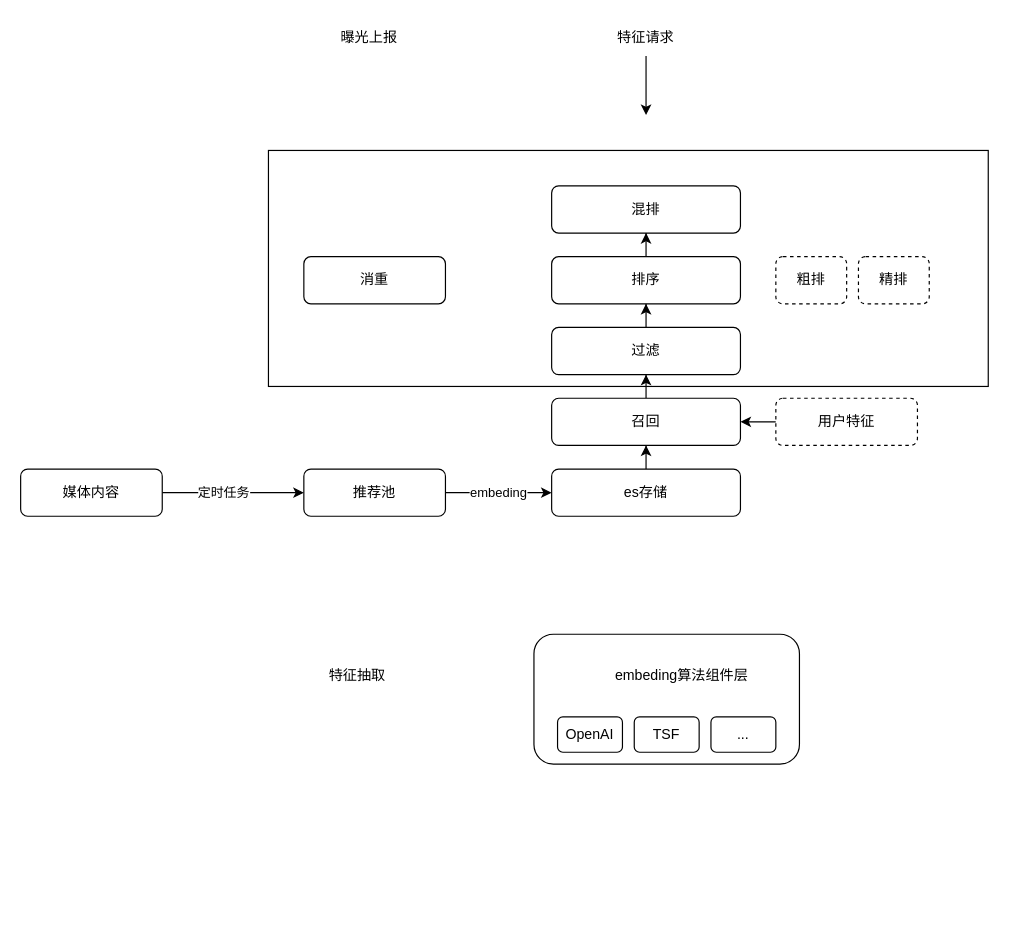
Above: readflow.drawio in axtrur/resource (draw.io), before the change. Source tidied: cells renumbered, new cells numbered last; positions are measured from the earlier drawing's top-left corner, leaving out a move shared by most shapes. Both pictures are drawn from the tidied source at 118%, with x=0, y=0 at pixel (20, 20).
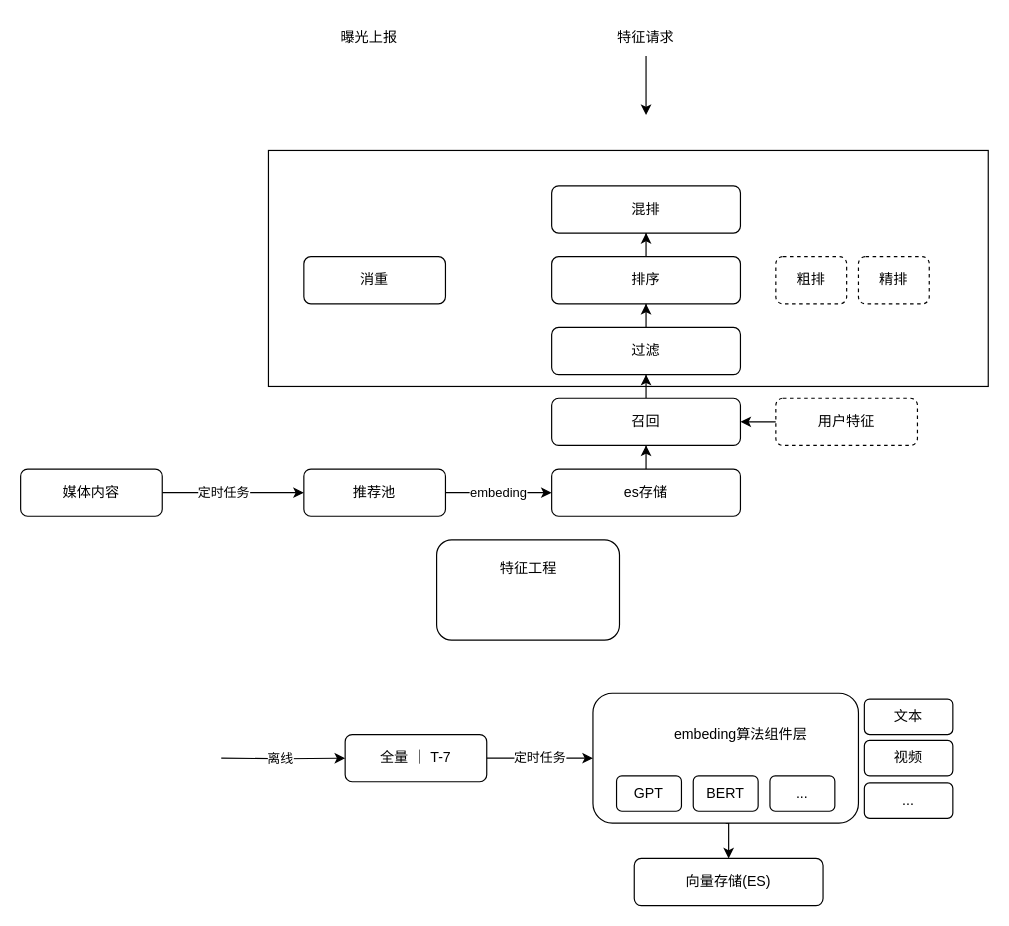
After the change.

The edit, as a diff of the source:
```diff
@@
+    <mxCell id="32" style="rounded=1;whiteSpace=wrap;html=1;" parent="1" vertex="1">
+      <mxGeometry x="352.5" y="440" width="155" height="85" as="geometry" />
+    </mxCell>
+    <mxCell id="33" style="edgeStyle=orthogonalEdgeStyle;rounded=0;jettySize=auto;html=1;exitX=0.5;exitY=1;exitDx=0;exitDy=0;entryX=0.5;entryY=0;entryDx=0;entryDy=0;" parent="1" edge="1" source="2" target="34">
+      <mxGeometry relative="1" as="geometry" />
+    </mxCell>
     <mxCell id="2" style="rounded=1;whiteSpace=wrap;html=1;" parent="1" vertex="1">
-      <mxGeometry x="435" y="520" width="225" height="110" as="geometry" />
+      <mxGeometry x="485" y="570" width="225" height="110" as="geometry" />
     </mxCell>
@@
-    <mxCell id="27" value="特征抽取" style="text;html=1;align=center;verticalAlign=middle;strokeColor=none;fillColor=none;" parent="1" vertex="1">
-      <mxGeometry x="250" y="540" width="70" height="30" as="geometry" />
+    <mxCell id="27" value="特征工程" style="text;html=1;align=center;verticalAlign=middle;strokeColor=none;fillColor=none;" parent="1" vertex="1">
+      <mxGeometry x="395" y="450" width="70" height="30" as="geometry" />
     </mxCell>
     <mxCell id="28" value="embeding算法组件层" style="text;html=1;align=center;verticalAlign=middle;strokeColor=none;fillColor=none;" parent="1" vertex="1">
-      <mxGeometry x="490" y="540" width="140" height="30" as="geometry" />
+      <mxGeometry x="540" y="590" width="140" height="30" as="geometry" />
     </mxCell>
-    <mxCell id="29" value="OpenAI" style="rounded=1;whiteSpace=wrap;html=1;" parent="1" vertex="1">
-      <mxGeometry x="455" y="590" width="55" height="30" as="geometry" />
+    <mxCell id="29" value="GPT" style="rounded=1;whiteSpace=wrap;html=1;" parent="1" vertex="1">
+      <mxGeometry x="505" y="640" width="55" height="30" as="geometry" />
     </mxCell>
-    <mxCell id="30" value="TSF" style="rounded=1;whiteSpace=wrap;html=1;" parent="1" vertex="1">
-      <mxGeometry x="520" y="590" width="55" height="30" as="geometry" />
+    <mxCell id="30" value="BERT" style="rounded=1;whiteSpace=wrap;html=1;" parent="1" vertex="1">
+      <mxGeometry x="570" y="640" width="55" height="30" as="geometry" />
     </mxCell>
     <mxCell id="31" value="..." style="rounded=1;whiteSpace=wrap;html=1;" parent="1" vertex="1">
-      <mxGeometry x="585" y="590" width="55" height="30" as="geometry" />
+      <mxGeometry x="635" y="640" width="55" height="30" as="geometry" />
     </mxCell>
+    <mxCell id="34" value="向量存储(ES)" style="rounded=1;whiteSpace=wrap;html=1;" parent="1" vertex="1">
+      <mxGeometry x="520" y="710" width="160" height="40" as="geometry" />
+    </mxCell>
+    <mxCell id="35" value="定时任务" style="edgeStyle=orthogonalEdgeStyle;rounded=0;jettySize=auto;html=1;exitX=1;exitY=0.5;exitDx=0;exitDy=0;entryX=0;entryY=0.5;entryDx=0;entryDy=0;" parent="1" edge="1" source="36" target="2">
+      <mxGeometry relative="1" as="geometry" />
+    </mxCell>
+    <mxCell id="36" value="全量 ｜ T-7" style="rounded=1;whiteSpace=wrap;html=1;" parent="1" vertex="1">
+      <mxGeometry x="275" y="605" width="120" height="40" as="geometry" />
+    </mxCell>
+    <mxCell id="37" style="edgeStyle=orthogonalEdgeStyle;rounded=0;jettySize=auto;html=1;" parent="1" edge="1" target="36">
+      <mxGeometry relative="1" as="geometry">
+        <mxPoint x="170" y="625" as="sourcePoint" />
+      </mxGeometry>
+    </mxCell>
+    <mxCell id="38" value="离线" style="edgeLabel;html=1;align=center;verticalAlign=middle;" parent="37" vertex="1">
+      <mxGeometry x="-0.34" y="-1" relative="1" as="geometry">
+        <mxPoint x="15" y="-1" as="offset" />
+      </mxGeometry>
+    </mxCell>
+    <mxCell id="39" value="文本" style="rounded=1;whiteSpace=wrap;html=1;" parent="1" vertex="1">
+      <mxGeometry x="715" y="575" width="75" height="30" as="geometry" />
+    </mxCell>
+    <mxCell id="40" value="视频" style="rounded=1;whiteSpace=wrap;html=1;" parent="1" vertex="1">
+      <mxGeometry x="715" y="610" width="75" height="30" as="geometry" />
+    </mxCell>
+    <mxCell id="41" value="..." style="rounded=1;whiteSpace=wrap;html=1;" parent="1" vertex="1">
+      <mxGeometry x="715" y="646" width="75" height="30" as="geometry" />
+    </mxCell>
```
